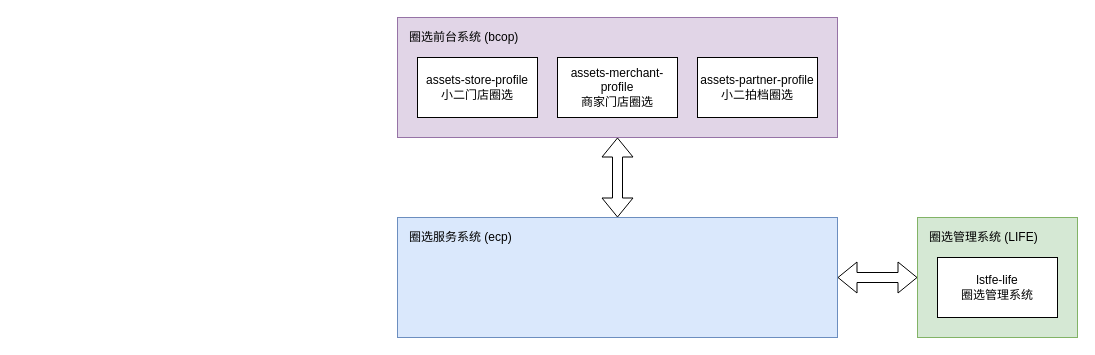
Before: 圈选系统前端技术架构.drawio in zzuwzj/draw, a draw.io diagram. Source tidied: cells renumbered, new cells numbered last; positions are measured from the earlier drawing's top-left corner, leaving out a move shared by most shapes. Both pictures are drawn from the tidied source at 100%, with x=0, y=0 at pixel (397, 17).
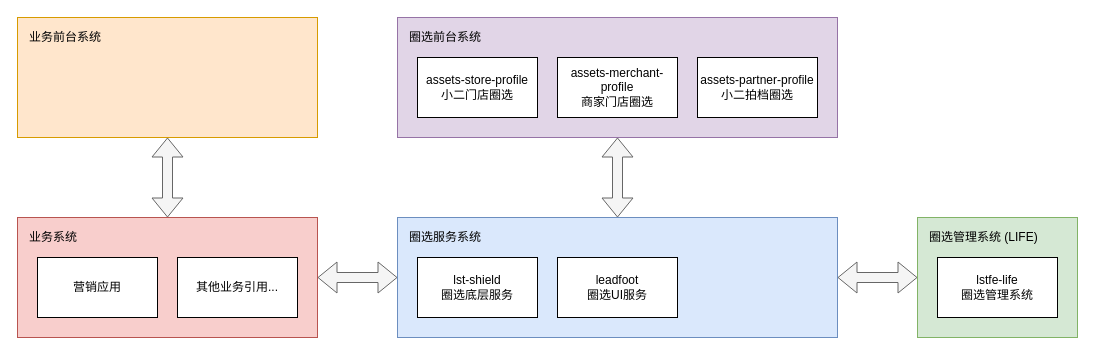
After the change.

Commit message (it also covers changes not shown here):
Update 圈选系统前端技术架构.drawio

Unchanged cells that the change refers to:
```xml
<mxCell id="2" style="rounded=0;whiteSpace=wrap;html=1;fillColor=#dae8fc;strokeColor=#6c8ebf;" parent="1" vertex="1">
  <mxGeometry y="200" width="440" height="120" as="geometry" />
</mxCell>
<mxCell id="3" style="rounded=0;whiteSpace=wrap;html=1;fillColor=#e1d5e7;strokeColor=#9673a6;" parent="1" vertex="1">
  <mxGeometry width="440" height="120" as="geometry" />
</mxCell>
<mxCell id="9" style="rounded=0;whiteSpace=wrap;html=1;fillColor=#d5e8d4;strokeColor=#82b366;" parent="1" vertex="1">
  <mxGeometry x="520" y="200" width="160" height="120" as="geometry" />
</mxCell>
```

Diff of the diagram source:
```diff
@@
-    <mxCell id="7" value="圈选前台系统 (bcop)" style="text;html=1;strokeColor=none;fillColor=none;align=left;verticalAlign=middle;whiteSpace=wrap;rounded=0;" parent="1" vertex="1">
+    <mxCell id="7" value="圈选前台系统&amp;nbsp;" style="text;html=1;strokeColor=none;fillColor=none;align=left;verticalAlign=middle;whiteSpace=wrap;rounded=0;" parent="1" vertex="1">
       <mxGeometry x="10" y="10" width="120" height="20" as="geometry" />
     </mxCell>
-    <mxCell id="8" value="圈选服务系统 (ecp)" style="text;html=1;strokeColor=none;fillColor=none;align=left;verticalAlign=middle;whiteSpace=wrap;rounded=0;" parent="1" vertex="1">
+    <mxCell id="8" value="圈选服务系统" style="text;html=1;strokeColor=none;fillColor=none;align=left;verticalAlign=middle;whiteSpace=wrap;rounded=0;" parent="1" vertex="1">
       <mxGeometry x="10" y="210" width="120" height="20" as="geometry" />
     </mxCell>
@@
-    <mxCell id="12" style="shape=flexArrow;endArrow=classic;startArrow=classic;html=1;entryX=0.5;entryY=1;entryDx=0;entryDy=0;" parent="1" edge="1" source="2" target="3">
+    <mxCell id="12" style="shape=flexArrow;endArrow=classic;startArrow=classic;html=1;entryX=0.5;entryY=1;entryDx=0;entryDy=0;fillColor=#f5f5f5;strokeColor=#666666;" parent="1" edge="1" source="2" target="3">
       <mxGeometry relative="1" as="geometry" />
     </mxCell>
-    <mxCell id="13" style="shape=flexArrow;endArrow=classic;startArrow=classic;html=1;entryX=0;entryY=0.5;entryDx=0;entryDy=0;exitX=1;exitY=0.5;exitDx=0;exitDy=0;" parent="1" edge="1" source="2" target="9">
+    <mxCell id="13" style="shape=flexArrow;endArrow=classic;startArrow=classic;html=1;entryX=0;entryY=0.5;entryDx=0;entryDy=0;exitX=1;exitY=0.5;exitDx=0;exitDy=0;fillColor=#f5f5f5;strokeColor=#666666;" parent="1" edge="1" source="2" target="9">
       <mxGeometry relative="1" as="geometry" />
     </mxCell>
+    <mxCell id="14" value="lst-shield&lt;br&gt;圈选底层服务" style="rounded=0;whiteSpace=wrap;html=1;align=center;" parent="1" vertex="1">
+      <mxGeometry x="20" y="240" width="120" height="60" as="geometry" />
+    </mxCell>
+    <mxCell id="15" value="leadfoot&lt;br&gt;圈选UI服务" style="rounded=0;whiteSpace=wrap;html=1;align=center;" parent="1" vertex="1">
+      <mxGeometry x="160" y="240" width="120" height="60" as="geometry" />
+    </mxCell>
+    <mxCell id="16" style="rounded=0;whiteSpace=wrap;html=1;align=left;fillColor=#f8cecc;strokeColor=#b85450;" parent="1" vertex="1">
+      <mxGeometry x="-380" y="200" width="300" height="120" as="geometry" />
+    </mxCell>
+    <mxCell id="17" value="业务系统" style="text;html=1;strokeColor=none;fillColor=none;align=left;verticalAlign=middle;whiteSpace=wrap;rounded=0;" parent="1" vertex="1">
+      <mxGeometry x="-370" y="210" width="120" height="20" as="geometry" />
+    </mxCell>
+    <mxCell id="18" style="shape=flexArrow;endArrow=classic;startArrow=classic;html=1;entryX=0;entryY=0.5;entryDx=0;entryDy=0;exitX=1;exitY=0.5;exitDx=0;exitDy=0;fillColor=#f5f5f5;strokeColor=#666666;" parent="1" edge="1">
+      <mxGeometry relative="1" as="geometry">
+        <mxPoint x="-80" y="260" as="sourcePoint" />
+        <mxPoint y="260" as="targetPoint" />
+      </mxGeometry>
+    </mxCell>
+    <mxCell id="19" value="营销应用" style="rounded=0;whiteSpace=wrap;html=1;align=center;" parent="1" vertex="1">
+      <mxGeometry x="-360" y="240" width="120" height="60" as="geometry" />
+    </mxCell>
+    <mxCell id="20" value="其他业务引用..." style="rounded=0;whiteSpace=wrap;html=1;align=center;" parent="1" vertex="1">
+      <mxGeometry x="-220" y="240" width="120" height="60" as="geometry" />
+    </mxCell>
+    <mxCell id="21" style="rounded=0;whiteSpace=wrap;html=1;fillColor=#ffe6cc;strokeColor=#d79b00;" parent="1" vertex="1">
+      <mxGeometry x="-380" width="300" height="120" as="geometry" />
+    </mxCell>
+    <mxCell id="22" style="shape=flexArrow;endArrow=classic;startArrow=classic;html=1;entryX=0.5;entryY=1;entryDx=0;entryDy=0;fillColor=#f5f5f5;strokeColor=#666666;" parent="1" edge="1">
+      <mxGeometry relative="1" as="geometry">
+        <mxPoint x="-230" y="200" as="sourcePoint" />
+        <mxPoint x="-230" y="120" as="targetPoint" />
+      </mxGeometry>
+    </mxCell>
+    <mxCell id="23" value="业务前台系统&amp;nbsp;" style="text;html=1;strokeColor=none;fillColor=none;align=left;verticalAlign=middle;whiteSpace=wrap;rounded=0;" parent="1" vertex="1">
+      <mxGeometry x="-370" y="10" width="120" height="20" as="geometry" />
+    </mxCell>
```
